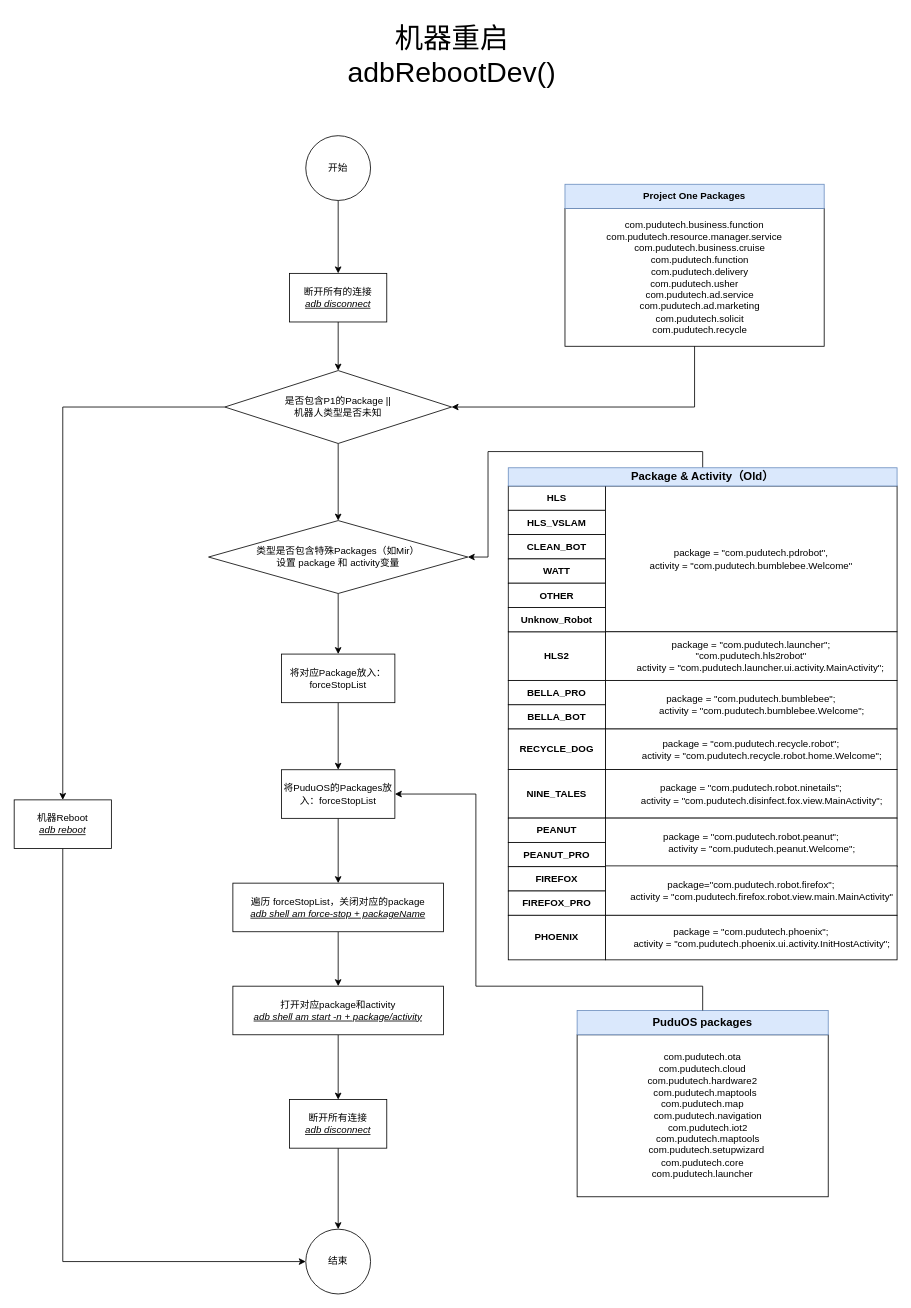
This is page "重启细节" (4 of 4) of 推送地图流程图.drawio from Jev0987/drawioFile, a draw.io file, before an edit. Source tidied: cells renumbered, new cells numbered last; positions are measured from the earlier drawing's top-left corner, leaving out a move shared by most shapes. Both pictures are drawn from the tidied source at 81%, with x=0, y=0 at pixel (14, 14).
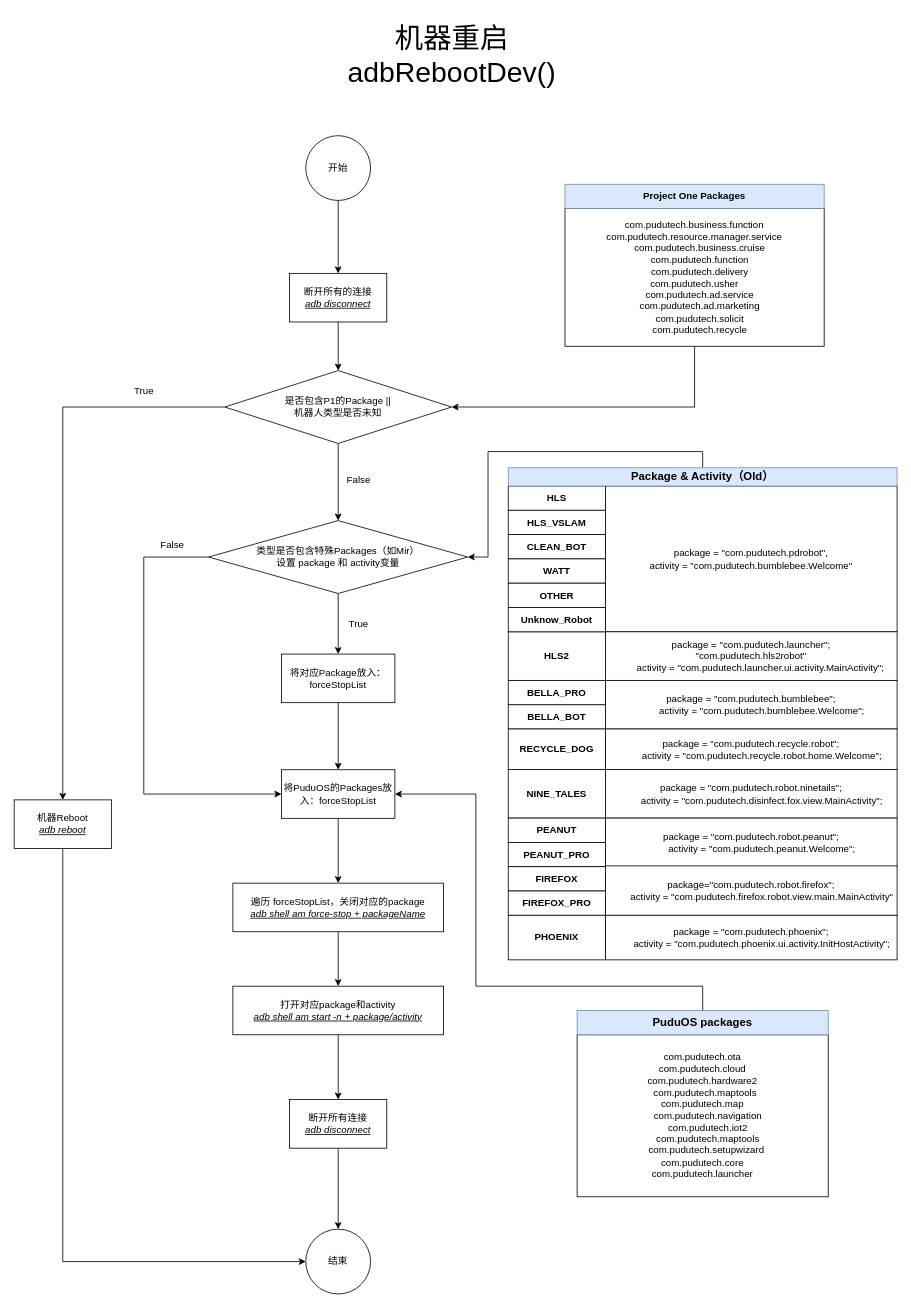
After the change.

Commit message:
更新推送地图流程图.drawio

The change refers to these unchanged cells:
```xml
<mxCell id="44" value="类型是否包含特殊Packages（如Mir）&lt;br&gt;设置 package 和 activity变量" style="rhombus;whiteSpace=wrap;html=1;" parent="1" vertex="1">
  <mxGeometry x="240" y="625.2" width="320" height="90" as="geometry" />
</mxCell>
<mxCell id="48" value="将PuduOS的Packages放入：forceStopList" style="whiteSpace=wrap;html=1;" parent="1" vertex="1">
  <mxGeometry x="330" y="932.8" width="140" height="60" as="geometry" />
</mxCell>
```

The edit, as a diff of the source:
```diff
@@
+    <mxCell id="60" style="edgeStyle=orthogonalEdgeStyle;rounded=0;jettySize=auto;html=1;exitX=0;exitY=0.5;exitDx=0;exitDy=0;entryX=0;entryY=0.5;entryDx=0;entryDy=0;" parent="1" edge="1" source="44" target="48">
+      <mxGeometry relative="1" as="geometry">
+        <Array as="points">
+          <mxPoint x="160" y="670" />
+          <mxPoint x="160" y="963" />
+        </Array>
+      </mxGeometry>
+    </mxCell>
@@
+    <mxCell id="61" value="True" style="text;html=1;align=center;verticalAlign=middle;strokeColor=none;fillColor=none;" parent="1" vertex="1">
+      <mxGeometry x="135" y="450" width="50" height="30" as="geometry" />
+    </mxCell>
+    <mxCell id="62" value="False" style="text;html=1;align=center;verticalAlign=middle;strokeColor=none;fillColor=none;" parent="1" vertex="1">
+      <mxGeometry x="400" y="560" width="50" height="30" as="geometry" />
+    </mxCell>
+    <mxCell id="63" value="True" style="text;html=1;align=center;verticalAlign=middle;strokeColor=none;fillColor=none;" parent="1" vertex="1">
+      <mxGeometry x="400" y="738" width="50" height="30" as="geometry" />
+    </mxCell>
+    <mxCell id="64" value="False" style="text;html=1;align=center;verticalAlign=middle;strokeColor=none;fillColor=none;" parent="1" vertex="1">
+      <mxGeometry x="170" y="640" width="50" height="30" as="geometry" />
+    </mxCell>
```
